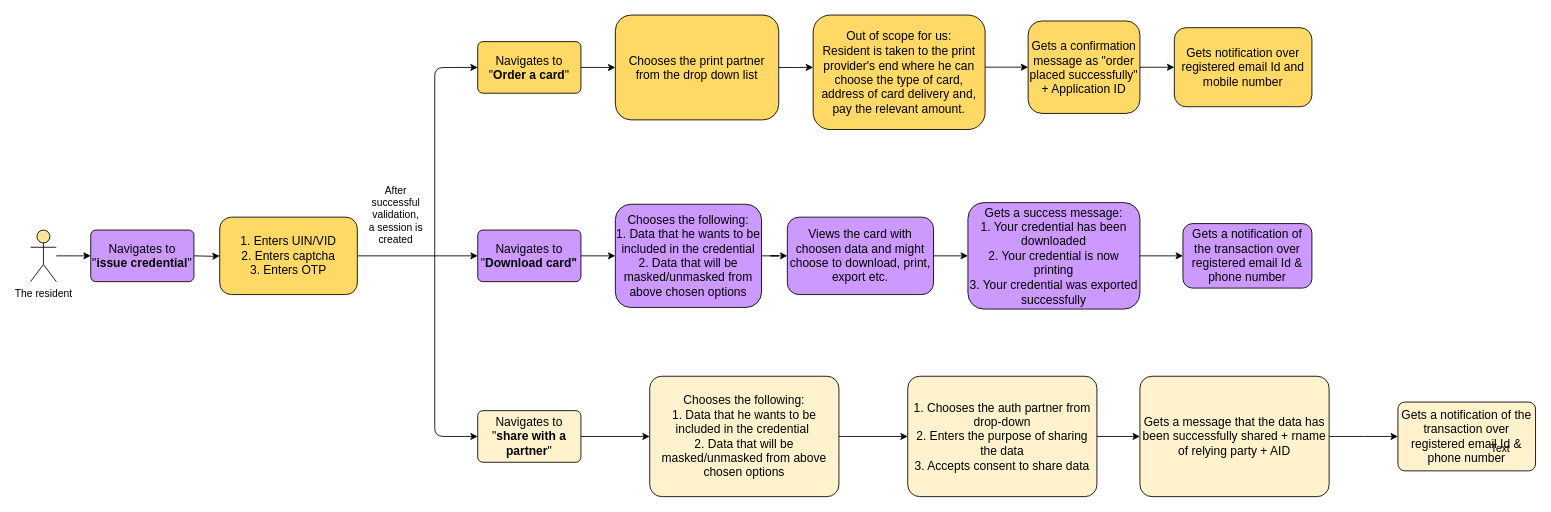
Above: resident-services-flow-chart/issue-credential.drawio in singhpragya279/Resident_services (draw.io), before the change. Source tidied: cells renumbered, new cells numbered last; positions are measured from the earlier drawing's top-left corner, leaving out a move shared by most shapes. Both pictures are drawn from the tidied source at 86%, with x=0, y=0 at pixel (30, 15).
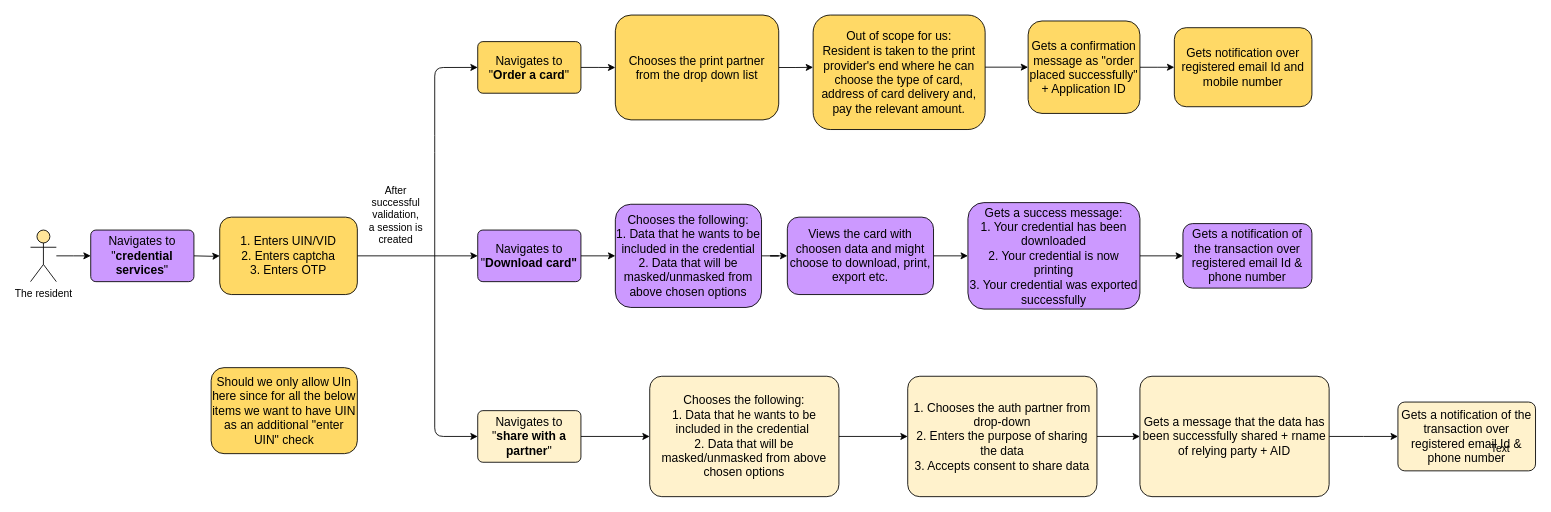
The same diagram, later.

What changed in the source:
```diff
@@
-    <mxCell id="38" value="&lt;div&gt;&lt;font style=&quot;font-size: 14px&quot;&gt;Navigates to &quot;&lt;b&gt;issue credential&lt;/b&gt;&quot;&lt;/font&gt;&lt;br&gt;&lt;/div&gt;" style="rounded=1;whiteSpace=wrap;html=1;fillColor=#CC99FF;arcSize=10;" parent="1" vertex="1">
+    <mxCell id="38" value="&lt;div&gt;&lt;font style=&quot;font-size: 14px&quot;&gt;Navigates to &quot;&lt;b&gt;credential services&lt;/b&gt;&quot;&lt;/font&gt;&lt;br&gt;&lt;/div&gt;" style="rounded=1;whiteSpace=wrap;html=1;fillColor=#CC99FF;arcSize=10;" parent="1" vertex="1">
       <mxGeometry x="70" y="250" width="120" height="60" as="geometry" />
     </mxCell>
+    <mxCell id="39" value="&lt;div style=&quot;font-size: 14px&quot;&gt;&lt;div&gt;Should we only allow UIn here since for all the below items we want to have UIN as an additional &quot;enter UIN&quot; check&lt;/div&gt;&lt;/div&gt;" style="rounded=1;whiteSpace=wrap;html=1;fillColor=#FFD966;" parent="1" vertex="1">
+      <mxGeometry x="210" y="410" width="170" height="100" as="geometry" />
+    </mxCell>
```
